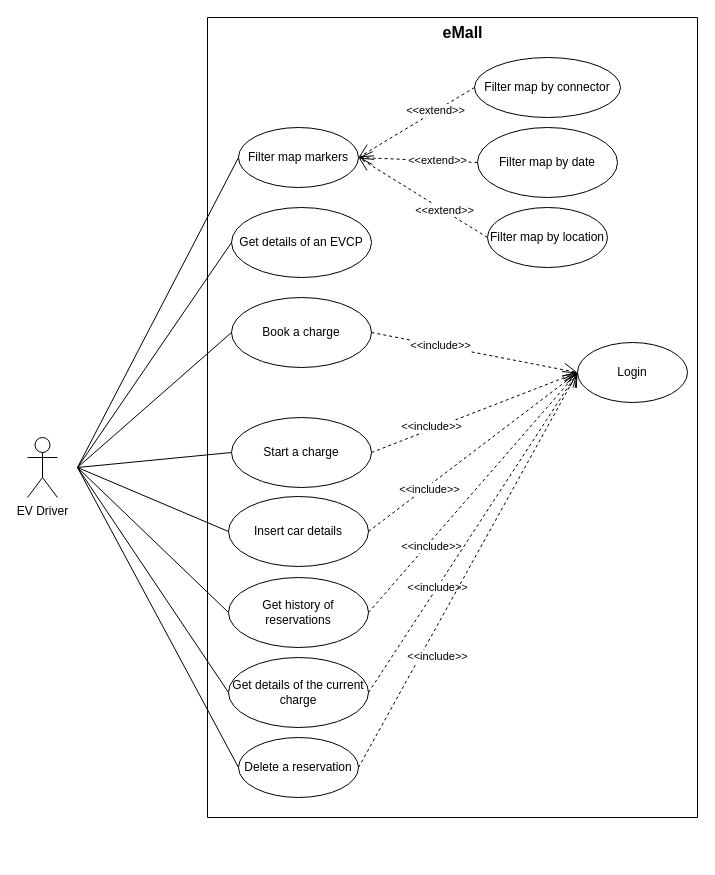
Before: RASD/src/use_case_diagram/driver.drawio in gio-del/eMall, a draw.io diagram. Source tidied: cells renumbered, new cells numbered last; positions are measured from the earlier drawing's top-left corner, leaving out a move shared by most shapes. Both pictures are drawn from the tidied source at 100%, with x=0, y=0 at pixel (27, 17).
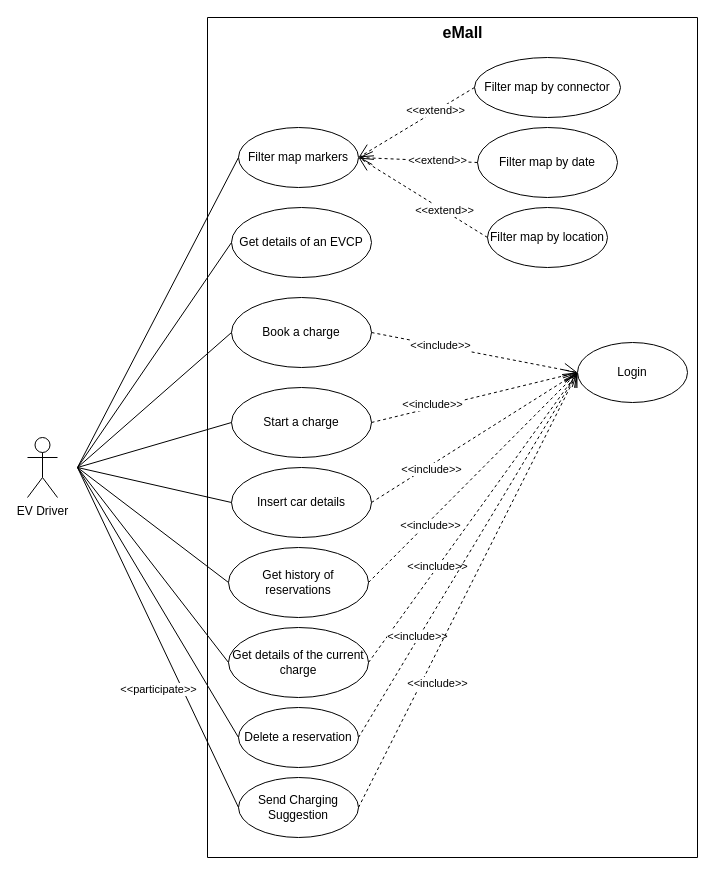
The same page after the edit.

Commit message (it also covers changes not shown here):
class diagram and use case diagram improvement

The change refers to these unchanged cells:
```xml
<mxCell id="5" value="Login" style="ellipse;whiteSpace=wrap;html=1;strokeWidth=1;" parent="3" vertex="1">
  <mxGeometry x="370" y="325" width="110" height="60" as="geometry" />
</mxCell>
```

Diff of the diagram source:
```diff
@@
     <mxCell id="3" style="swimlane;startSize=0;" parent="1" vertex="1">
-      <mxGeometry x="180" width="490" height="800" as="geometry" />
+      <mxGeometry x="180" width="490" height="840" as="geometry" />
     </mxCell>
@@
     <mxCell id="10" value="Insert car details" style="ellipse;whiteSpace=wrap;html=1;strokeWidth=1;" parent="3" vertex="1">
-      <mxGeometry x="21" y="479" width="140" height="70" as="geometry" />
+      <mxGeometry x="24" y="450" width="140" height="70" as="geometry" />
     </mxCell>
     <mxCell id="11" value="Get history of reservations" style="ellipse;whiteSpace=wrap;html=1;strokeWidth=1;" parent="3" vertex="1">
-      <mxGeometry x="21" y="560" width="140" height="70" as="geometry" />
+      <mxGeometry x="21" y="530" width="140" height="70" as="geometry" />
     </mxCell>
     <mxCell id="12" value="Start a charge" style="ellipse;whiteSpace=wrap;html=1;strokeWidth=1;" parent="3" vertex="1">
-      <mxGeometry x="24" y="400" width="140" height="70" as="geometry" />
+      <mxGeometry x="24" y="370" width="140" height="70" as="geometry" />
     </mxCell>
     <mxCell id="13" value="Get details of the current charge" style="ellipse;whiteSpace=wrap;html=1;strokeWidth=1;" parent="3" vertex="1">
-      <mxGeometry x="21" y="640" width="140" height="70" as="geometry" />
+      <mxGeometry x="21" y="610" width="140" height="70" as="geometry" />
     </mxCell>
@@
     <mxCell id="19" value="Delete a reservation" style="ellipse;whiteSpace=wrap;html=1;" parent="3" vertex="1">
-      <mxGeometry x="31" y="720" width="120" height="60" as="geometry" />
+      <mxGeometry x="31" y="690" width="120" height="60" as="geometry" />
     </mxCell>
     <mxCell id="20" value="&amp;lt;&amp;lt;include&amp;gt;&amp;gt;" style="endArrow=open;endSize=12;dashed=1;html=1;rounded=0;exitX=1;exitY=0.5;exitDx=0;exitDy=0;entryX=0;entryY=0.5;entryDx=0;entryDy=0;" parent="3" edge="1" source="19" target="5">
-      <mxGeometry x="-0.4" y="-15" relative="1" as="geometry" />
+      <mxGeometry x="-0.45" y="1" relative="1" as="geometry" />
     </mxCell>
@@
+    <mxCell id="34" value="Send Charging Suggestion" style="ellipse;whiteSpace=wrap;html=1;" parent="3" vertex="1">
+      <mxGeometry x="31" y="760" width="120" height="60" as="geometry" />
+    </mxCell>
+    <mxCell id="35" value="&amp;lt;&amp;lt;include&amp;gt;&amp;gt;" style="endArrow=open;endSize=12;dashed=1;html=1;rounded=0;exitX=1;exitY=0.5;exitDx=0;exitDy=0;entryX=0;entryY=0.5;entryDx=0;entryDy=0;" parent="3" edge="1" source="34" target="5">
+      <mxGeometry x="-0.4" y="-15" relative="1" as="geometry" />
+    </mxCell>
@@
+    <mxCell id="36" style="endArrow=none;html=1;rounded=0;entryX=0;entryY=0.5;entryDx=0;entryDy=0;" parent="1" edge="1" target="34">
+      <mxGeometry relative="1" as="geometry">
+        <mxPoint x="50" y="450" as="sourcePoint" />
+      </mxGeometry>
+    </mxCell>
+    <mxCell id="37" value="&amp;lt;&amp;lt;participate&amp;gt;&amp;gt;" style="edgeLabel;html=1;align=center;verticalAlign=middle;" parent="36" vertex="1">
+      <mxGeometry x="0.29" y="3" relative="1" as="geometry">
+        <mxPoint x="-26" y="3" as="offset" />
+      </mxGeometry>
+    </mxCell>
```
